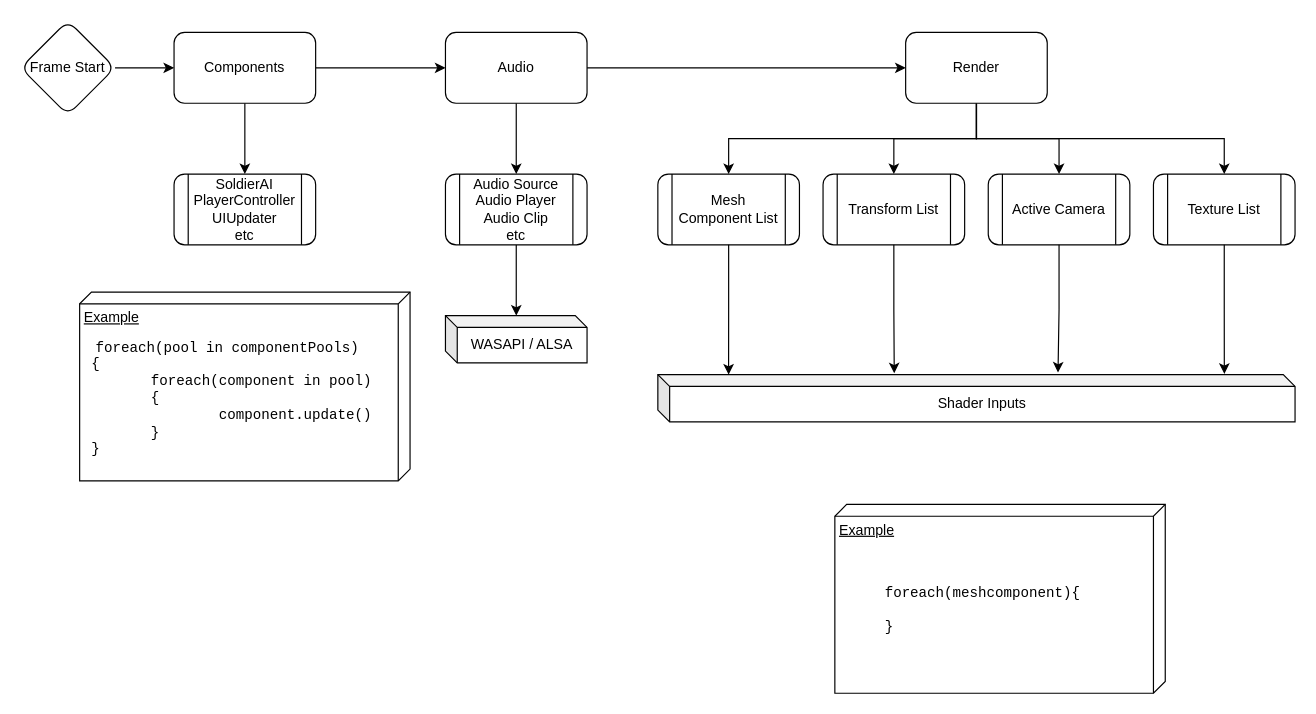
The draw.io diagram _doc/diagrams/saved/execution-loop.drawio in raging-loon/radium-engine-2.0, before the edit. Source tidied: cells renumbered, new cells numbered last; positions are measured from the earlier drawing's top-left corner, leaving out a move shared by most shapes. Both pictures are drawn from the tidied source at 118%, with x=0, y=0 at pixel (20, 20).
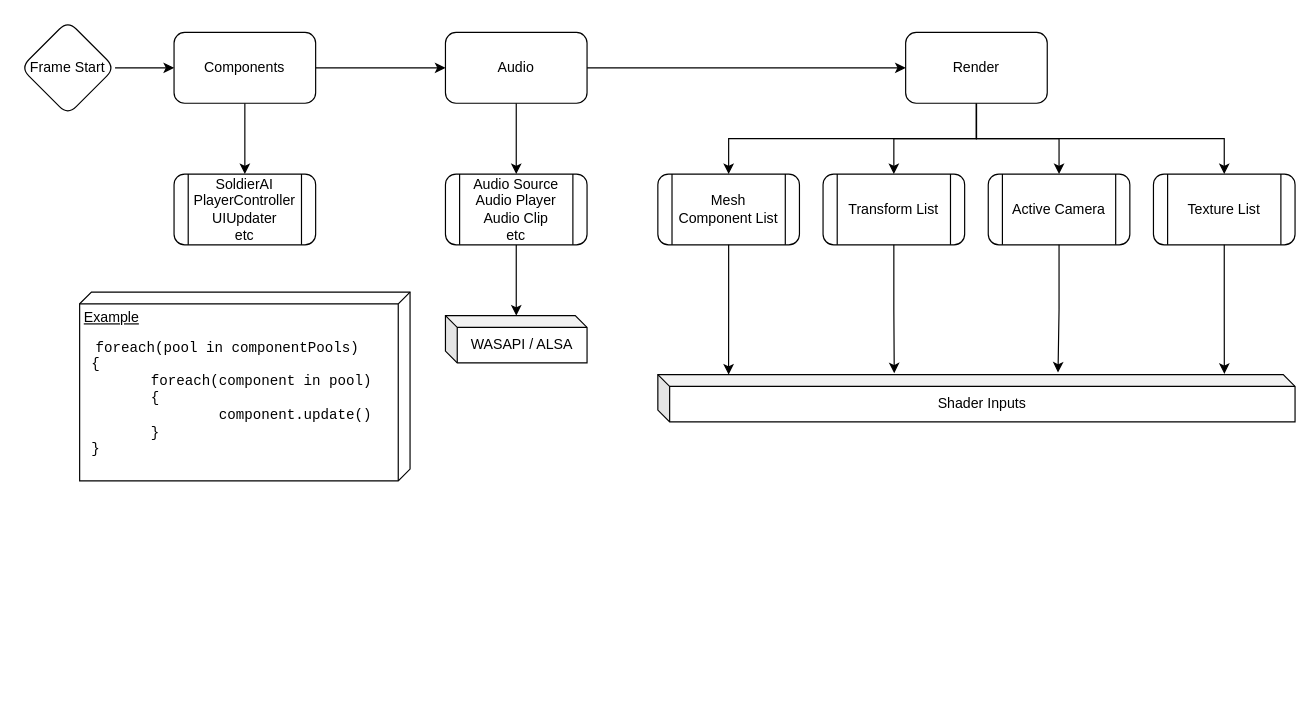
The same diagram, later.

Change to the diagram source:
```diff
@@
-    <mxCell id="30" value="Example" style="verticalAlign=top;align=left;spacingTop=8;spacingLeft=2;spacingRight=12;shape=cube;size=10;direction=south;fontStyle=4;html=1;whiteSpace=wrap;rounded=1;strokeColor=default;fontFamily=Helvetica;fontSize=12;fontColor=default;fillColor=default;" parent="1" vertex="1">
-      <mxGeometry x="690" y="410" width="280" height="160" as="geometry" />
-    </mxCell>
-    <mxCell id="31" value="&lt;font face=&quot;Courier New&quot;&gt;foreach(meshcomponent){&lt;br&gt;&lt;div style=&quot;text-align: left;&quot;&gt;&lt;span style=&quot;white-space: pre;&quot;&gt;&#9;&lt;/span&gt;&lt;br&gt;&lt;/div&gt;&lt;div style=&quot;text-align: left;&quot;&gt;&lt;span style=&quot;background-color: initial;&quot;&gt;}&lt;/span&gt;&lt;/div&gt;&lt;/font&gt;" style="text;html=1;align=center;verticalAlign=middle;strokeColor=none;fillColor=none;fontSize=12;fontFamily=Helvetica;fontColor=default;" parent="1" vertex="1">
-      <mxGeometry x="720" y="470" width="190" height="60" as="geometry" />
-    </mxCell>
```
